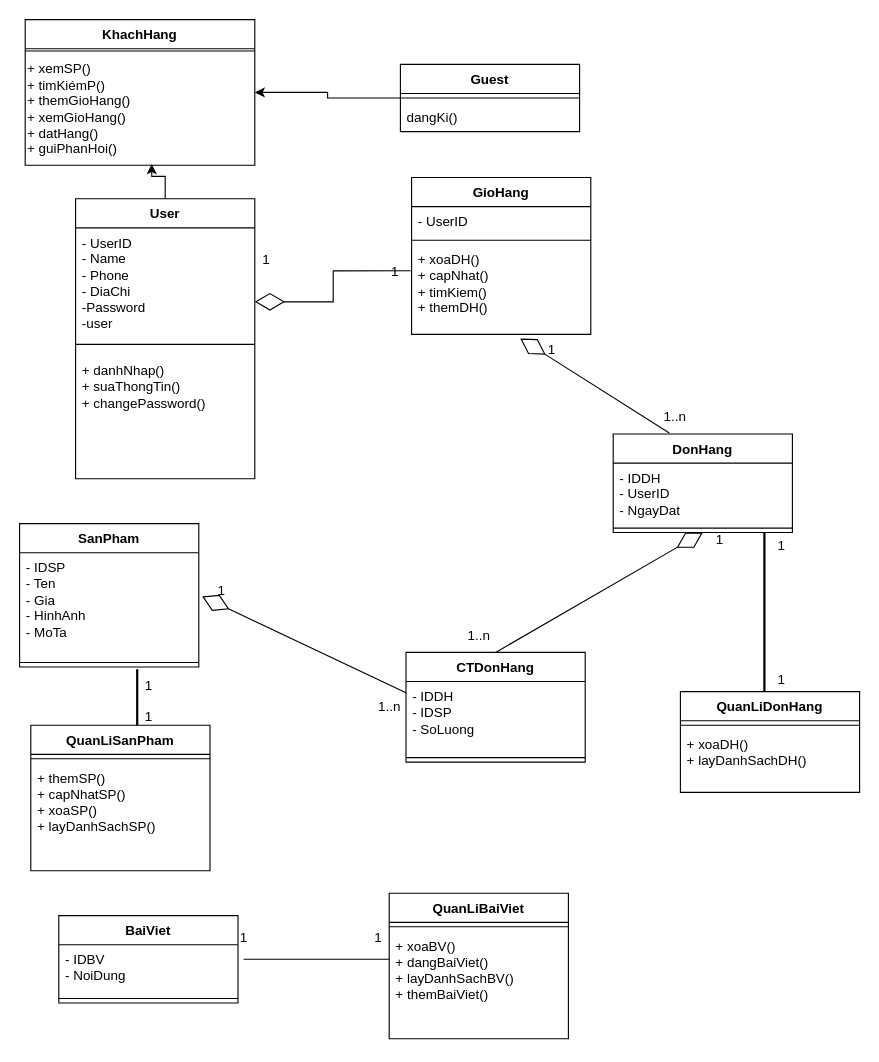
leehoang21/uml keeps this draw.io diagram as lop du kien.drawio. Above is the earlier version. Source tidied: cells renumbered, new cells numbered last; positions are measured from the earlier drawing's top-left corner, leaving out a move shared by most shapes. Both pictures are drawn from the tidied source at 112%, with x=0, y=0 at pixel (19, 19).
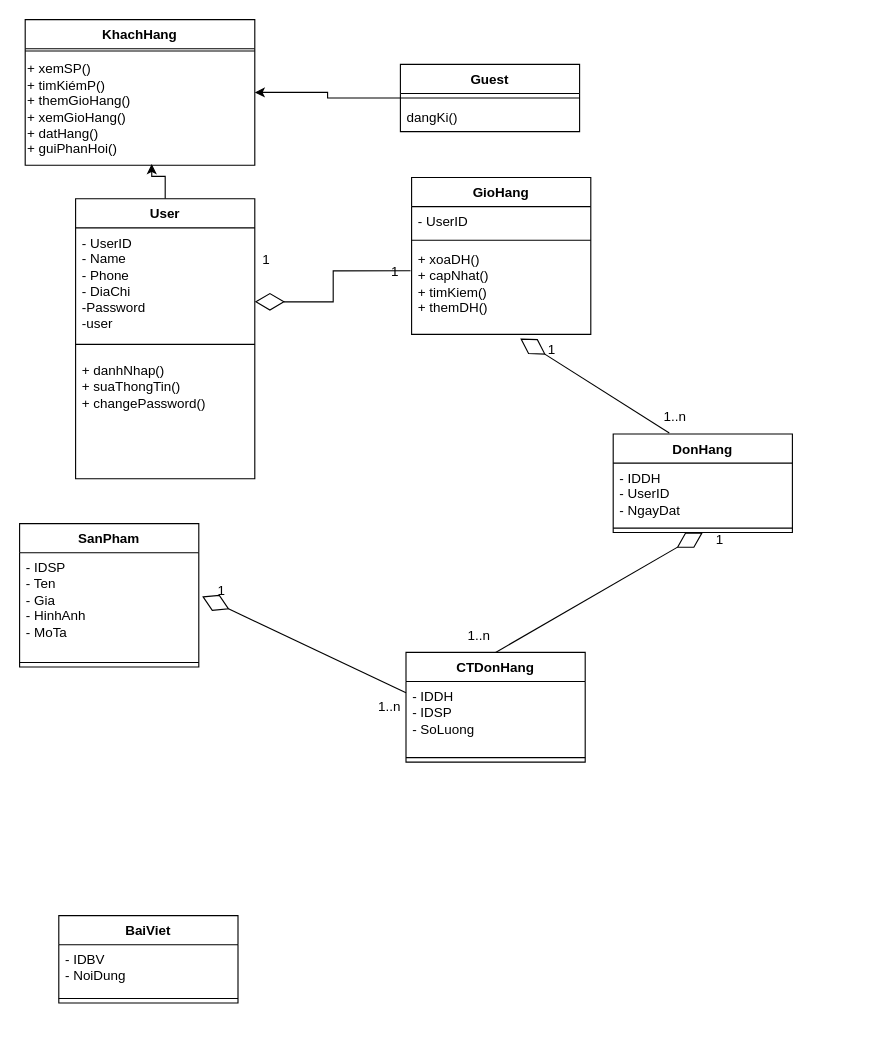
The same page after the edit.

Diff of the diagram source:
```diff
@@
-    <mxCell id="42" value="QuanLiBaiViet" style="swimlane;fontStyle=1;align=center;verticalAlign=top;horizontal=1;startSize=26;whiteSpace=wrap;html=1;" parent="1" vertex="1">
-      <mxGeometry x="330" y="780" width="160" height="130" as="geometry" />
-    </mxCell>
-    <mxCell id="43" style="line;strokeWidth=1;fillColor=none;align=left;verticalAlign=middle;spacingTop=-1;spacingLeft=3;spacingRight=3;labelPosition=right;strokeColor=inherit;" parent="42" vertex="1">
-      <mxGeometry y="26" width="160" height="8" as="geometry" />
-    </mxCell>
-    <mxCell id="44" value="+ xoaBV()&lt;br&gt;+ dangBaiViet()&lt;br&gt;+ layDanhSachBV()&lt;br&gt;+ themBaiViet()" style="text;strokeColor=none;fillColor=none;align=left;verticalAlign=top;spacingLeft=4;spacingRight=4;overflow=hidden;whiteSpace=wrap;html=1;" parent="42" vertex="1">
-      <mxGeometry y="34" width="160" height="96" as="geometry" />
-    </mxCell>
-    <mxCell id="45" style="line;strokeWidth=1;fillColor=none;align=left;verticalAlign=middle;spacingTop=-1;spacingLeft=3;spacingRight=3;labelPosition=right;strokeColor=inherit;" parent="1" vertex="1">
-      <mxGeometry x="200" y="835" width="130" height="8" as="geometry" />
-    </mxCell>
-    <mxCell id="46" value="1" style="text;html=1;align=center;verticalAlign=middle;strokeColor=none;fillColor=none;" parent="1" vertex="1">
-      <mxGeometry x="185" y="805" width="30" height="30" as="geometry" />
-    </mxCell>
-    <mxCell id="47" value="1" style="text;html=1;align=center;verticalAlign=middle;strokeColor=none;fillColor=none;" parent="1" vertex="1">
-      <mxGeometry x="305" y="805" width="30" height="30" as="geometry" />
-    </mxCell>
-    <mxCell id="48" value="QuanLiSanPham" style="swimlane;fontStyle=1;align=center;verticalAlign=top;horizontal=1;startSize=26;whiteSpace=wrap;html=1;" parent="1" vertex="1">
-      <mxGeometry x="10" y="630" width="160" height="130" as="geometry" />
-    </mxCell>
-    <mxCell id="49" style="line;strokeWidth=1;fillColor=none;align=left;verticalAlign=middle;spacingTop=-1;spacingLeft=3;spacingRight=3;labelPosition=right;strokeColor=inherit;" parent="48" vertex="1">
-      <mxGeometry y="26" width="160" height="8" as="geometry" />
-    </mxCell>
-    <mxCell id="50" value="+ themSP()&lt;br&gt;+ capNhatSP()&lt;br&gt;+ xoaSP()&lt;br&gt;+ layDanhSachSP()" style="text;strokeColor=none;fillColor=none;align=left;verticalAlign=top;spacingLeft=4;spacingRight=4;overflow=hidden;whiteSpace=wrap;html=1;" parent="48" vertex="1">
-      <mxGeometry y="34" width="160" height="96" as="geometry" />
-    </mxCell>
-    <mxCell id="51" style="line;strokeWidth=2;direction=south;html=1;" parent="1" vertex="1">
-      <mxGeometry x="100" y="580" width="10" height="50" as="geometry" />
-    </mxCell>
-    <mxCell id="52" value="1" style="text;html=1;align=center;verticalAlign=middle;strokeColor=none;fillColor=none;" parent="1" vertex="1">
-      <mxGeometry x="100" y="580" width="30" height="30" as="geometry" />
-    </mxCell>
-    <mxCell id="53" value="1" style="text;html=1;align=center;verticalAlign=middle;strokeColor=none;fillColor=none;" parent="1" vertex="1">
-      <mxGeometry x="100" y="608" width="30" height="30" as="geometry" />
-    </mxCell>
-    <mxCell id="54" value="QuanLiDonHang" style="swimlane;fontStyle=1;align=center;verticalAlign=top;horizontal=1;startSize=26;whiteSpace=wrap;html=1;" parent="1" vertex="1">
-      <mxGeometry x="590" y="600" width="160" height="90" as="geometry" />
-    </mxCell>
-    <mxCell id="55" style="line;strokeWidth=1;fillColor=none;align=left;verticalAlign=middle;spacingTop=-1;spacingLeft=3;spacingRight=3;labelPosition=right;strokeColor=inherit;" parent="54" vertex="1">
-      <mxGeometry y="26" width="160" height="8" as="geometry" />
-    </mxCell>
-    <mxCell id="56" value="+ xoaDH()&lt;br&gt;+ layDanhSachDH()" style="text;strokeColor=none;fillColor=none;align=left;verticalAlign=top;spacingLeft=4;spacingRight=4;overflow=hidden;whiteSpace=wrap;html=1;" parent="54" vertex="1">
-      <mxGeometry y="34" width="160" height="56" as="geometry" />
-    </mxCell>
-    <mxCell id="57" style="line;strokeWidth=2;direction=south;html=1;" parent="1" vertex="1">
-      <mxGeometry x="660" y="458" width="10" height="142" as="geometry" />
-    </mxCell>
-    <mxCell id="58" value="1" style="text;html=1;align=center;verticalAlign=middle;strokeColor=none;fillColor=none;" parent="1" vertex="1">
-      <mxGeometry x="665" y="455" width="30" height="30" as="geometry" />
-    </mxCell>
-    <mxCell id="59" value="1" style="text;html=1;align=center;verticalAlign=middle;strokeColor=none;fillColor=none;" parent="1" vertex="1">
-      <mxGeometry x="665" y="575" width="30" height="30" as="geometry" />
-    </mxCell>
```
